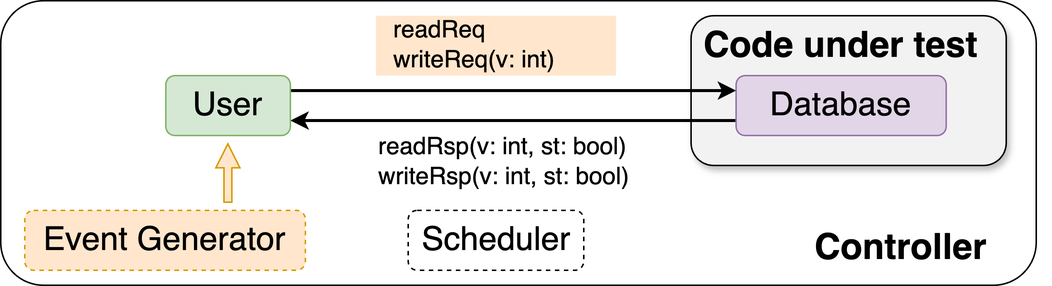
zhezhouzz/PLDI25-HAT-Planing keeps this draw.io diagram as figures/Controller-Database.drawio.png. Above is the earlier version. Source tidied: cells renumbered, new cells last; positions are measured from the earlier drawing's top-left corner, leaving out a move shared by most shapes.
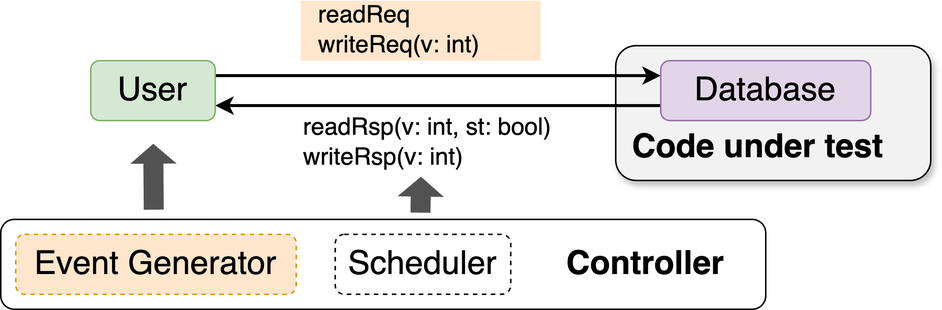
Above is the later version.

What changed in the source:
```diff
@@ -3,10 +3,10 @@
     <mxCell id="0" />
     <mxCell id="1" parent="0" />
     <mxCell id="2" style="rounded=1;whiteSpace=wrap;html=1;" parent="1" vertex="1">
-      <mxGeometry width="690" height="190" as="geometry" />
+      <mxGeometry x="50" y="156" width="510" height="60" as="geometry" />
     </mxCell>
     <mxCell id="3" style="rounded=1;whiteSpace=wrap;html=1;shadow=1;fillColor=#f3f2f2;" parent="1" vertex="1">
-      <mxGeometry x="460" y="10" width="210" height="100" as="geometry" />
+      <mxGeometry x="460" y="40" width="210" height="90" as="geometry" />
     </mxCell>
     <mxCell id="4" style="edgeStyle=orthogonalEdgeStyle;rounded=0;jettySize=auto;html=1;exitX=1;exitY=0.25;exitDx=0;exitDy=0;entryX=0;entryY=0.25;entryDx=0;entryDy=0;strokeWidth=2;" parent="1" edge="1" source="9" target="6">
       <mxGeometry relative="1" as="geometry" />
@@ -17,17 +17,17 @@
     <mxCell id="6" value="&lt;font style=&quot;font-size: 22px;&quot;&gt;Database&lt;/font&gt;" style="rounded=1;whiteSpace=wrap;html=1;fillColor=#e1d5e7;strokeColor=#9673a6;" parent="1" vertex="1">
       <mxGeometry x="490" y="50" width="140" height="40" as="geometry" />
     </mxCell>
-    <mxCell id="7" value="&lt;font style=&quot;font-size: 16px;&quot;&gt;readRsp(v: int, st: bool)&lt;/font&gt;&lt;div style=&quot;font-size: 16px;&quot;&gt;&lt;font style=&quot;font-size: 16px;&quot;&gt;writeRsp(v: int&lt;/font&gt;&lt;span style=&quot;background-color: initial;&quot;&gt;, st: bool&lt;/span&gt;&lt;span style=&quot;background-color: initial;&quot;&gt;)&lt;/span&gt;&lt;/div&gt;" style="text;html=1;align=left;verticalAlign=middle;whiteSpace=wrap;rounded=0;fontStyle=0;" parent="1" vertex="1">
-      <mxGeometry x="250" y="90" width="190" height="37" as="geometry" />
+    <mxCell id="7" value="&lt;font style=&quot;font-size: 16px;&quot;&gt;readRsp(v: int, st: bool)&lt;/font&gt;&lt;div style=&quot;font-size: 16px;&quot;&gt;&lt;font style=&quot;font-size: 16px;&quot;&gt;writeRsp(v: int&lt;/font&gt;&lt;span style=&quot;background-color: initial;&quot;&gt;)&lt;/span&gt;&lt;/div&gt;" style="text;html=1;align=left;verticalAlign=middle;whiteSpace=wrap;rounded=0;fontStyle=0;" parent="1" vertex="1">
+      <mxGeometry x="250" y="86" width="190" height="37" as="geometry" />
     </mxCell>
-    <mxCell id="8" value="&lt;b style=&quot;&quot;&gt;&lt;font style=&quot;font-size: 24px;&quot;&gt;Code under test&lt;/font&gt;&lt;/b&gt;" style="text;html=1;align=center;verticalAlign=middle;whiteSpace=wrap;rounded=0;" parent="1" vertex="1">
-      <mxGeometry x="460" y="15" width="200" height="30" as="geometry" />
+    <mxCell id="8" value="&lt;b style=&quot;&quot;&gt;&lt;font style=&quot;font-size: 22px;&quot;&gt;Code under test&lt;/font&gt;&lt;/b&gt;" style="text;html=1;align=center;verticalAlign=middle;whiteSpace=wrap;rounded=0;" parent="1" vertex="1">
+      <mxGeometry x="455" y="93" width="200" height="30" as="geometry" />
     </mxCell>
     <mxCell id="9" value="&lt;font style=&quot;font-size: 22px;&quot;&gt;User&lt;/font&gt;" style="rounded=1;whiteSpace=wrap;html=1;fillColor=#d5e8d4;strokeColor=#82b366;" parent="1" vertex="1">
       <mxGeometry x="110" y="50" width="83" height="40" as="geometry" />
     </mxCell>
     <mxCell id="10" value="&lt;font style=&quot;font-size: 22px;&quot;&gt;Scheduler&lt;/font&gt;" style="rounded=1;whiteSpace=wrap;html=1;dashed=1;" parent="1" vertex="1">
-      <mxGeometry x="271.5" y="140" width="117" height="40" as="geometry" />
+      <mxGeometry x="273" y="166" width="117" height="40" as="geometry" />
     </mxCell>
     <mxCell id="11" style="edgeStyle=orthogonalEdgeStyle;rounded=0;orthogonalLoop=1;jettySize=auto;html=1;exitX=0.5;exitY=1;exitDx=0;exitDy=0;" parent="1" edge="1">
       <mxGeometry relative="1" as="geometry">
@@ -44,17 +44,23 @@
     <mxCell id="14" value="&lt;font style=&quot;font-size: 16px;&quot;&gt;readReq&lt;/font&gt;&lt;div style=&quot;font-size: 16px;&quot;&gt;&lt;font style=&quot;font-size: 16px;&quot;&gt;writeReq(v: int)&lt;/font&gt;&lt;/div&gt;" style="text;html=1;align=left;verticalAlign=middle;whiteSpace=wrap;rounded=0;fontStyle=0;" parent="12" vertex="1">
       <mxGeometry x="10" y="5" width="120" height="30" as="geometry" />
     </mxCell>
-    <mxCell id="15" style="shape=flexArrow;endArrow=classic;html=1;rounded=0;fillColor=#ffe6cc;strokeColor=#d79b00;endWidth=9.67741935483871;endSize=5.022222222222221;width=5.277777777777778;" parent="1" edge="1">
-      <mxGeometry relative="1" as="geometry">
-        <mxPoint x="151.4" y="135" as="sourcePoint" />
-        <mxPoint x="151.4" y="95" as="targetPoint" />
-      </mxGeometry>
-    </mxCell>
     <mxCell id="16" value="&lt;span style=&quot;font-size: 22px;&quot;&gt;Event&amp;nbsp;&lt;/span&gt;&lt;span style=&quot;font-size: 22px; background-color: initial;&quot;&gt;Generator&lt;/span&gt;" style="rounded=1;whiteSpace=wrap;html=1;dashed=1;fillColor=#ffe6cc;strokeColor=#d79b00;" parent="1" vertex="1">
-      <mxGeometry x="16" y="140" width="187" height="40" as="geometry" />
+      <mxGeometry x="60" y="166" width="187" height="40" as="geometry" />
     </mxCell>
-    <mxCell id="17" value="&lt;span style=&quot;font-size: 24px;&quot;&gt;&lt;b&gt;Controller&lt;/b&gt;&lt;/span&gt;" style="text;html=1;align=center;verticalAlign=middle;whiteSpace=wrap;rounded=0;" parent="1" vertex="1">
-      <mxGeometry x="500" y="150" width="200" height="30" as="geometry" />
+    <mxCell id="17" value="&lt;b style=&quot;&quot;&gt;&lt;font style=&quot;font-size: 22px;&quot;&gt;Controller&lt;/font&gt;&lt;/b&gt;" style="text;html=1;align=center;verticalAlign=middle;whiteSpace=wrap;rounded=0;" parent="1" vertex="1">
+      <mxGeometry x="380" y="171" width="200" height="30" as="geometry" />
     </mxCell>
+    <mxCell id="18" style="shape=flexArrow;endArrow=classic;html=1;rounded=0;fillColor=#525252;strokeColor=none;endWidth=16.534391534391535;endSize=4.095238095238095;width=13.333333333333332;" parent="1" edge="1">
+      <mxGeometry relative="1" as="geometry">
+        <mxPoint x="329.8" y="152" as="sourcePoint" />
+        <mxPoint x="330.2" y="127" as="targetPoint" />
+      </mxGeometry>
+    </mxCell>
+    <mxCell id="19" style="shape=flexArrow;endArrow=classic;html=1;rounded=0;fillColor=#525252;strokeColor=none;endWidth=16.534391534391535;endSize=4.095238095238095;width=13.333333333333332;" parent="1" edge="1">
+      <mxGeometry relative="1" as="geometry">
+        <mxPoint x="152" y="150" as="sourcePoint" />
+        <mxPoint x="151.7" y="105" as="targetPoint" />
+      </mxGeometry>
+    </mxCell>
   </root>
 </mxGraphModel>
```
